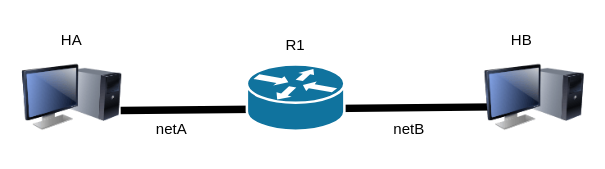
Before: LAB-K3/Figs/net3.drawio in paolo-giaccone/Datacenter-lab-CE-pub, a draw.io diagram. Source tidied: cells renumbered, new cells numbered last; positions are measured from the earlier drawing's top-left corner, leaving out a move shared by most shapes. Both pictures are drawn from the tidied source at 125%, with x=0, y=0 at pixel (21, 21).
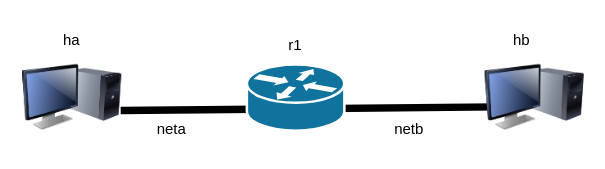
The same page after the edit.

The edit, as a diff of the source:
```diff
@@
 <mxGraphModel>
   <root>
     <mxCell id="0" />
     <mxCell id="1" parent="0" />
     <mxCell id="2" style="endArrow=none;html=1;rounded=0;strokeWidth=6;exitX=0.988;exitY=0.631;exitDx=0;exitDy=0;exitPerimeter=0;" parent="1" edge="1" source="4">
       <mxGeometry relative="1" as="geometry">
         <mxPoint x="380" y="68" as="targetPoint" />
       </mxGeometry>
     </mxCell>
-    <mxCell id="3" value="R1" style="text;strokeColor=none;align=center;fillColor=none;html=1;verticalAlign=middle;whiteSpace=wrap;rounded=0;" parent="1" vertex="1">
+    <mxCell id="3" value="r1" style="text;strokeColor=none;align=center;fillColor=none;html=1;verticalAlign=middle;whiteSpace=wrap;rounded=0;" parent="1" vertex="1">
       <mxGeometry x="189" y="4" width="60" height="30" as="geometry" />
     </mxCell>
     <mxCell id="4" style="image;html=1;image=img/lib/clip_art/computers/Monitor_Tower_128x128.png;shadow=0;strokeColor=#000000;fillColor=#FFFFFF;gradientColor=none;fontSize=18;fontColor=#F08705;fontStyle=0;" parent="1" vertex="1">
       <mxGeometry y="20.5" width="80" height="80" as="geometry" />
     </mxCell>
     <mxCell id="5" style="image;html=1;image=img/lib/clip_art/computers/Monitor_Tower_128x128.png;shadow=0;strokeColor=#000000;fillColor=#FFFFFF;gradientColor=none;fontSize=18;fontColor=#F08705;fontStyle=0;" parent="1" vertex="1">
       <mxGeometry x="370" y="20.5" width="80" height="80" as="geometry" />
     </mxCell>
-    <mxCell id="6" value="HA" style="text;strokeColor=none;align=center;fillColor=none;html=1;verticalAlign=middle;whiteSpace=wrap;rounded=0;" parent="1" vertex="1">
+    <mxCell id="6" value="ha" style="text;strokeColor=none;align=center;fillColor=none;html=1;verticalAlign=middle;whiteSpace=wrap;rounded=0;" parent="1" vertex="1">
       <mxGeometry x="10" width="60" height="30" as="geometry" />
     </mxCell>
-    <mxCell id="7" value="HB" style="text;strokeColor=none;align=center;fillColor=none;html=1;verticalAlign=middle;whiteSpace=wrap;rounded=0;" parent="1" vertex="1">
+    <mxCell id="7" value="hb" style="text;strokeColor=none;align=center;fillColor=none;html=1;verticalAlign=middle;whiteSpace=wrap;rounded=0;" parent="1" vertex="1">
       <mxGeometry x="370" width="60" height="30" as="geometry" />
     </mxCell>
-    <mxCell id="8" value="netA" style="text;strokeColor=none;align=center;fillColor=none;html=1;verticalAlign=middle;whiteSpace=wrap;rounded=0;" parent="1" vertex="1">
+    <mxCell id="8" value="neta" style="text;strokeColor=none;align=center;fillColor=none;html=1;verticalAlign=middle;whiteSpace=wrap;rounded=0;" parent="1" vertex="1">
       <mxGeometry x="90" y="70.5" width="60" height="30" as="geometry" />
     </mxCell>
-    <mxCell id="9" value="netB" style="text;strokeColor=none;align=center;fillColor=none;html=1;verticalAlign=middle;whiteSpace=wrap;rounded=0;" parent="1" vertex="1">
+    <mxCell id="9" value="netb" style="text;strokeColor=none;align=center;fillColor=none;html=1;verticalAlign=middle;whiteSpace=wrap;rounded=0;" parent="1" vertex="1">
       <mxGeometry x="280" y="70.5" width="60" height="30" as="geometry" />
     </mxCell>
     <mxCell id="10" style="shape=mxgraph.cisco.routers.router;html=1;dashed=0;fillColor=#10739E;strokeColor=#ffffff;strokeWidth=2;verticalLabelPosition=bottom;verticalAlign=top;fontFamily=Helvetica;fontSize=36;fontColor=#FFB366;" parent="1" vertex="1">
       <mxGeometry x="180" y="34" width="78" height="53" as="geometry" />
     </mxCell>
   </root>
 </mxGraphModel>
```
